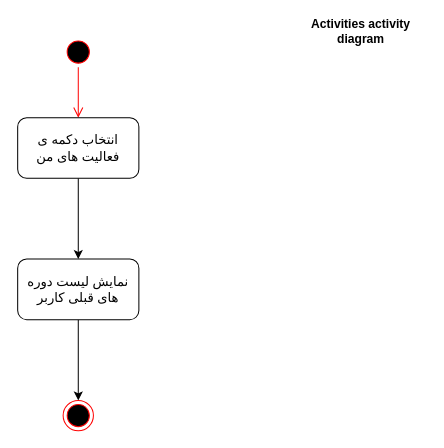
Above: Docs./ActivityDiagram-Activities.drawio in ShadiMe-flutter/Workout (draw.io), before the change. Source tidied: cells renumbered, new cells numbered last; positions are measured from the earlier drawing's top-left corner, leaving out a move shared by most shapes. Both pictures are drawn from the tidied source at 101%, with x=0, y=0 at pixel (17, 26).
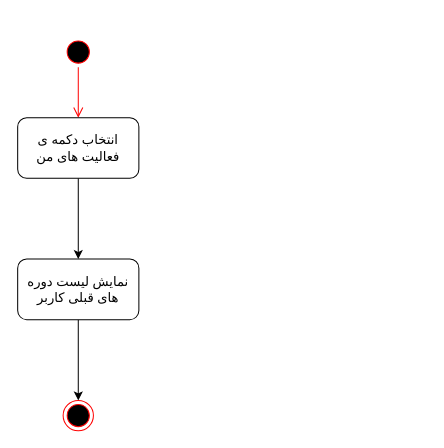
The same diagram, later.

What changed in the source:
```diff
@@
 <mxGraphModel>
   <root>
     <mxCell id="0" />
     <mxCell id="1" parent="0" />
     <mxCell id="2" style="ellipse;html=1;shape=startState;fillColor=#000000;strokeColor=#ff0000;" parent="1" vertex="1">
       <mxGeometry x="45" y="10" width="30" height="30" as="geometry" />
     </mxCell>
     <mxCell id="3" style="edgeStyle=orthogonalEdgeStyle;html=1;verticalAlign=bottom;endArrow=open;endSize=8;strokeColor=#ff0000;entryX=0.5;entryY=0;entryDx=0;entryDy=0;" parent="1" edge="1" source="2" target="5">
       <mxGeometry relative="1" as="geometry" />
     </mxCell>
     <mxCell id="4" style="edgeStyle=orthogonalEdgeStyle;rounded=0;jettySize=auto;html=1;" parent="1" edge="1" source="5" target="7">
       <mxGeometry relative="1" as="geometry" />
     </mxCell>
     <mxCell id="5" value="&lt;div style=&quot;font-size: 13px&quot;&gt;&lt;font face=&quot;B Zar&quot; style=&quot;font-size: 13px&quot;&gt;انتخاب دکمه ی &lt;br&gt;&lt;/font&gt;&lt;/div&gt;&lt;div style=&quot;font-size: 13px&quot;&gt;&lt;font face=&quot;B Zar&quot; style=&quot;font-size: 13px&quot;&gt;فعالیت های من&lt;/font&gt;&lt;br&gt;&lt;/div&gt;" style="rounded=1;whiteSpace=wrap;html=1;" parent="1" vertex="1">
       <mxGeometry y="90" width="120" height="60" as="geometry" />
     </mxCell>
     <mxCell id="6" style="edgeStyle=orthogonalEdgeStyle;rounded=0;jettySize=auto;html=1;entryX=0.5;entryY=0;entryDx=0;entryDy=0;" parent="1" edge="1" source="7" target="8">
       <mxGeometry relative="1" as="geometry" />
     </mxCell>
     <mxCell id="7" value="&lt;font face=&quot;B Zar&quot; style=&quot;font-size: 13px&quot;&gt;نمایش لیست دوره های قبلی کاربر&lt;/font&gt;" style="rounded=1;whiteSpace=wrap;html=1;" parent="1" vertex="1">
       <mxGeometry y="230" width="120" height="60" as="geometry" />
     </mxCell>
     <mxCell id="8" style="ellipse;html=1;shape=endState;fillColor=#000000;strokeColor=#ff0000;" parent="1" vertex="1">
       <mxGeometry x="45" y="370" width="30" height="30" as="geometry" />
     </mxCell>
-    <mxCell id="9" value="&lt;b&gt;Activities activity diagram&lt;/b&gt;" style="text;html=1;strokeColor=none;fillColor=none;align=center;verticalAlign=middle;whiteSpace=wrap;rounded=0;" parent="1" vertex="1">
-      <mxGeometry x="275" width="130" height="10" as="geometry" />
-    </mxCell>
   </root>
 </mxGraphModel>
```
